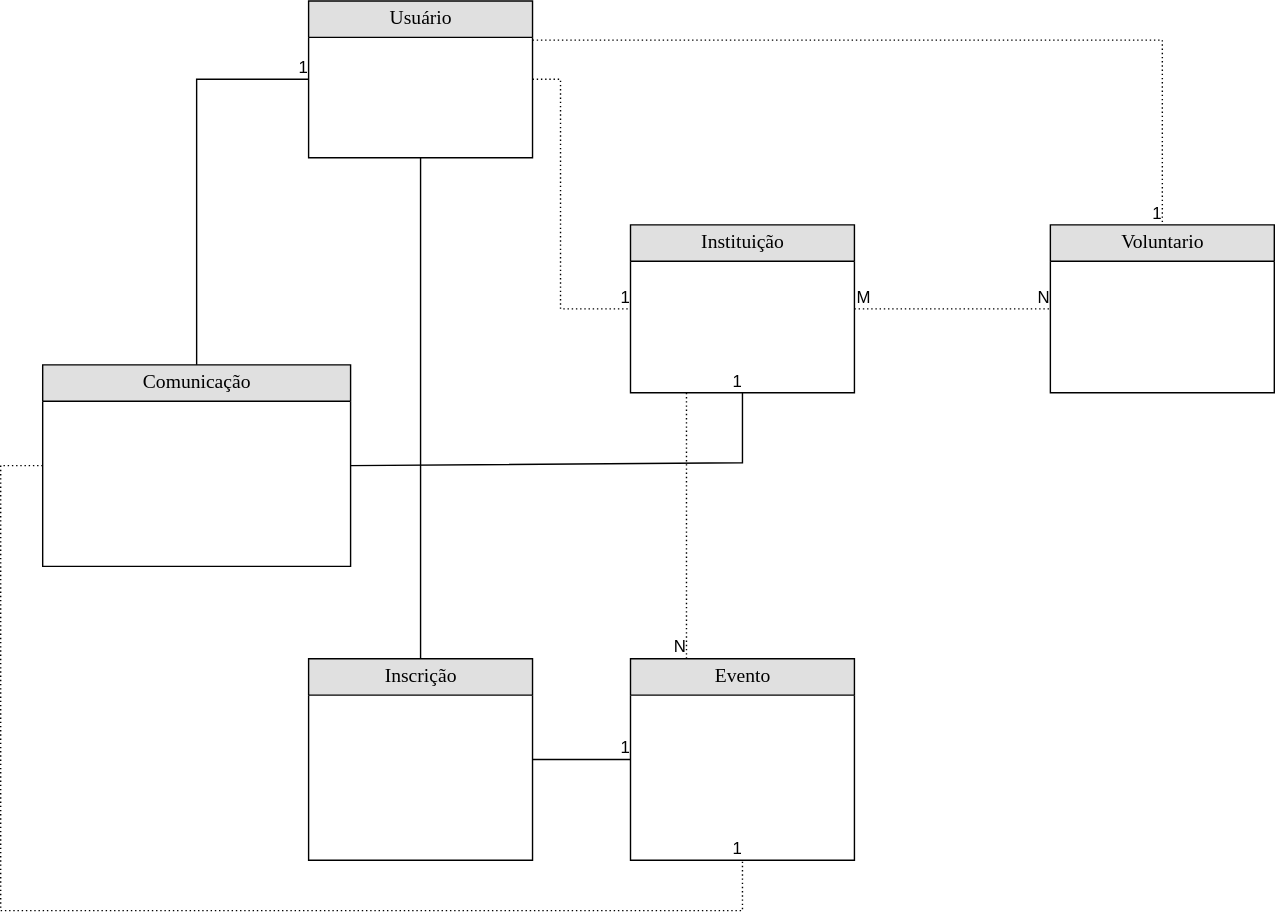
frbatist/VemDoBem.Api keeps this draw.io diagram as Diagramas/MER_base.svg. Above is the earlier version. Source tidied: cells renumbered, new cells last; positions are measured from the earlier drawing's top-left corner, leaving out a move shared by most shapes. Its diagram source:
```xml
<mxGraphModel background="#ffffff">
  <root>
    <mxCell id="0" />
    <mxCell id="1" parent="0" />
    <mxCell id="2" style="endArrow=none;html=1;rounded=0;dashed=1;dashPattern=1 2;exitX=1;exitY=0.5;exitDx=0;exitDy=0;entryX=0;entryY=0.5;entryDx=0;entryDy=0;" parent="1" edge="1" source="8" target="10">
      <mxGeometry relative="1" as="geometry" />
    </mxCell>
    <mxCell id="3" value="M" style="html=1;align=left;verticalAlign=bottom;" parent="2" vertex="1">
      <mxGeometry x="-1" relative="1" as="geometry" />
    </mxCell>
    <mxCell id="4" value="N" style="html=1;align=right;verticalAlign=bottom;" parent="2" vertex="1">
      <mxGeometry x="1" relative="1" as="geometry" />
    </mxCell>
    <mxCell id="5" style="endArrow=none;html=1;rounded=0;dashed=1;dashPattern=1 2;exitX=0.25;exitY=1;exitDx=0;exitDy=0;entryX=0.25;entryY=0;entryDx=0;entryDy=0;" parent="1" edge="1" source="8" target="11">
      <mxGeometry relative="1" as="geometry" />
    </mxCell>
    <mxCell id="6" value="M" style="html=1;align=left;verticalAlign=bottom;" parent="5" vertex="1">
      <mxGeometry x="-1" relative="1" as="geometry" />
    </mxCell>
    <mxCell id="7" value="N" style="html=1;align=right;verticalAlign=bottom;" parent="5" vertex="1">
      <mxGeometry x="1" relative="1" as="geometry" />
    </mxCell>
    <mxCell id="8" value="Instituição" style="swimlane;html=1;fontStyle=0;horizontal=1;startSize=26;fillColor=#e0e0e0;swimlaneFillColor=#ffffff;align=center;rounded=0;shadow=0;comic=0;labelBackgroundColor=none;strokeWidth=1;fontFamily=Verdana;fontSize=14;swimlaneLine=1;" parent="1" vertex="1">
      <mxGeometry x="450" y="160" width="160" height="120" as="geometry" />
    </mxCell>
    <mxCell id="9" style="shape=partialRectangle;top=0;left=0;right=0;bottom=0;html=1;align=left;verticalAlign=top;fillColor=none;spacingLeft=34;spacingRight=4;whiteSpace=wrap;overflow=hidden;" parent="8" vertex="1">
      <mxGeometry y="26" width="160" height="10" as="geometry" />
    </mxCell>
    <mxCell id="10" value="Voluntario" style="swimlane;html=1;fontStyle=0;horizontal=1;startSize=26;fillColor=#e0e0e0;swimlaneFillColor=#ffffff;align=center;rounded=0;shadow=0;comic=0;labelBackgroundColor=none;strokeWidth=1;fontFamily=Verdana;fontSize=14;" parent="1" vertex="1">
      <mxGeometry x="750" y="160" width="160" height="120" as="geometry" />
    </mxCell>
    <mxCell id="11" value="Evento" style="swimlane;html=1;fontStyle=0;horizontal=1;startSize=26;fillColor=#e0e0e0;swimlaneFillColor=#ffffff;align=center;rounded=0;shadow=0;comic=0;labelBackgroundColor=none;strokeWidth=1;fontFamily=Verdana;fontSize=14;" parent="1" vertex="1">
      <mxGeometry x="450" y="470" width="160" height="144" as="geometry" />
    </mxCell>
    <mxCell id="12" value="Inscrição" style="swimlane;html=1;fontStyle=0;horizontal=1;startSize=26;fillColor=#e0e0e0;swimlaneFillColor=#ffffff;align=center;rounded=0;shadow=0;comic=0;labelBackgroundColor=none;strokeWidth=1;fontFamily=Verdana;fontSize=14;" parent="1" vertex="1">
      <mxGeometry x="220" y="470" width="160" height="144" as="geometry" />
    </mxCell>
    <mxCell id="13" style="endArrow=none;html=1;rounded=0;exitX=1;exitY=0.5;exitDx=0;exitDy=0;entryX=0;entryY=0.5;entryDx=0;entryDy=0;" parent="1" edge="1" source="12" target="11">
      <mxGeometry relative="1" as="geometry" />
    </mxCell>
    <mxCell id="14" value="1" style="html=1;align=right;verticalAlign=bottom;" parent="13" vertex="1">
      <mxGeometry x="1" relative="1" as="geometry" />
    </mxCell>
    <mxCell id="15" style="endArrow=none;html=1;rounded=0;exitX=0.5;exitY=0;exitDx=0;exitDy=0;" parent="1" edge="1" source="12">
      <mxGeometry relative="1" as="geometry">
        <mxPoint x="300" y="110" as="targetPoint" />
      </mxGeometry>
    </mxCell>
    <mxCell id="16" value="1" style="html=1;align=right;verticalAlign=bottom;" parent="15" vertex="1">
      <mxGeometry x="1" relative="1" as="geometry" />
    </mxCell>
    <mxCell id="17" style="endArrow=none;html=1;rounded=0;dashed=1;dashPattern=1 2;exitX=0;exitY=0.5;exitDx=0;exitDy=0;entryX=0.5;entryY=1;entryDx=0;entryDy=0;" parent="1" edge="1" source="24" target="11">
      <mxGeometry relative="1" as="geometry">
        <Array as="points">
          <mxPoint y="332" />
          <mxPoint y="650" />
          <mxPoint x="530" y="650" />
        </Array>
      </mxGeometry>
    </mxCell>
    <mxCell id="18" value="1" style="html=1;align=right;verticalAlign=bottom;" parent="17" vertex="1">
      <mxGeometry x="1" relative="1" as="geometry" />
    </mxCell>
    <mxCell id="19" style="endArrow=none;html=1;rounded=0;dashed=1;dashPattern=1 2;exitX=1;exitY=0.5;exitDx=0;exitDy=0;entryX=0;entryY=0.5;entryDx=0;entryDy=0;" parent="1" edge="1" source="23" target="8">
      <mxGeometry relative="1" as="geometry">
        <Array as="points">
          <mxPoint x="400" y="56" />
          <mxPoint x="400" y="220" />
        </Array>
      </mxGeometry>
    </mxCell>
    <mxCell id="20" value="1" style="html=1;align=right;verticalAlign=bottom;" parent="19" vertex="1">
      <mxGeometry x="1" relative="1" as="geometry" />
    </mxCell>
    <mxCell id="21" style="endArrow=none;html=1;rounded=0;dashed=1;dashPattern=1 2;exitX=1;exitY=0.25;exitDx=0;exitDy=0;entryX=0.5;entryY=0;entryDx=0;entryDy=0;" parent="1" edge="1" source="23" target="10">
      <mxGeometry relative="1" as="geometry">
        <Array as="points">
          <mxPoint x="830" y="28" />
        </Array>
      </mxGeometry>
    </mxCell>
    <mxCell id="22" value="1" style="html=1;align=right;verticalAlign=bottom;" parent="21" vertex="1">
      <mxGeometry x="1" relative="1" as="geometry" />
    </mxCell>
    <mxCell id="23" value="&lt;div&gt;Usuário&lt;/div&gt;" style="swimlane;html=1;fontStyle=0;horizontal=1;startSize=26;fillColor=#e0e0e0;swimlaneFillColor=#ffffff;align=center;rounded=0;shadow=0;comic=0;labelBackgroundColor=none;strokeWidth=1;fontFamily=Verdana;fontSize=14;" parent="1" vertex="1">
      <mxGeometry x="220" width="160" height="112" as="geometry" />
    </mxCell>
    <mxCell id="24" value="&lt;div&gt;Comunicação&lt;/div&gt;" style="swimlane;html=1;fontStyle=0;horizontal=1;startSize=26;fillColor=#e0e0e0;swimlaneFillColor=#ffffff;align=center;rounded=0;shadow=0;comic=0;labelBackgroundColor=none;strokeWidth=1;fontFamily=Verdana;fontSize=14;" parent="1" vertex="1">
      <mxGeometry x="30" y="260" width="220" height="144" as="geometry" />
    </mxCell>
    <mxCell id="25" style="endArrow=none;html=1;rounded=0;exitX=1;exitY=0.5;exitDx=0;exitDy=0;entryX=0.5;entryY=1;entryDx=0;entryDy=0;" parent="1" edge="1" source="24" target="8">
      <mxGeometry relative="1" as="geometry">
        <Array as="points">
          <mxPoint x="530" y="330" />
        </Array>
      </mxGeometry>
    </mxCell>
    <mxCell id="26" value="1" style="html=1;align=right;verticalAlign=bottom;" parent="25" vertex="1">
      <mxGeometry x="1" relative="1" as="geometry" />
    </mxCell>
    <mxCell id="27" style="endArrow=none;html=1;rounded=0;exitX=0.5;exitY=0;exitDx=0;exitDy=0;entryX=0;entryY=0.5;entryDx=0;entryDy=0;" parent="1" edge="1" source="24" target="23">
      <mxGeometry relative="1" as="geometry">
        <Array as="points">
          <mxPoint x="140" y="56" />
        </Array>
      </mxGeometry>
    </mxCell>
    <mxCell id="28" value="1" style="html=1;align=right;verticalAlign=bottom;" parent="27" vertex="1">
      <mxGeometry x="1" relative="1" as="geometry" />
    </mxCell>
  </root>
</mxGraphModel>
```
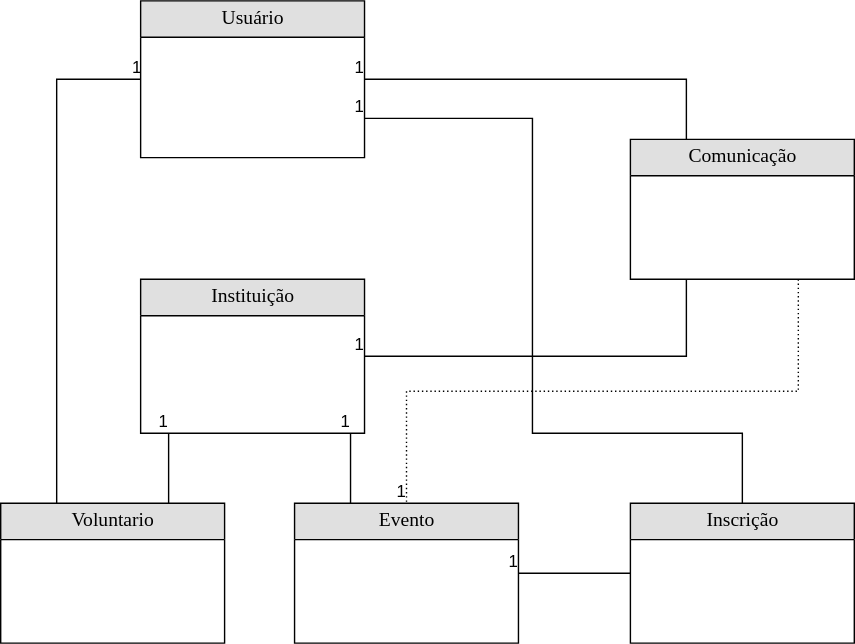
Later version of the same file.

What changed in the source:
```diff
@@ -2,111 +2,101 @@
   <root>
     <mxCell id="0" />
     <mxCell id="1" parent="0" />
-    <mxCell id="2" style="endArrow=none;html=1;rounded=0;dashed=1;dashPattern=1 2;exitX=1;exitY=0.5;exitDx=0;exitDy=0;entryX=0;entryY=0.5;entryDx=0;entryDy=0;" parent="1" edge="1" source="8" target="10">
-      <mxGeometry relative="1" as="geometry" />
-    </mxCell>
-    <mxCell id="3" value="M" style="html=1;align=left;verticalAlign=bottom;" parent="2" vertex="1">
-      <mxGeometry x="-1" relative="1" as="geometry" />
-    </mxCell>
-    <mxCell id="4" value="N" style="html=1;align=right;verticalAlign=bottom;" parent="2" vertex="1">
-      <mxGeometry x="1" relative="1" as="geometry" />
-    </mxCell>
-    <mxCell id="5" style="endArrow=none;html=1;rounded=0;dashed=1;dashPattern=1 2;exitX=0.25;exitY=1;exitDx=0;exitDy=0;entryX=0.25;entryY=0;entryDx=0;entryDy=0;" parent="1" edge="1" source="8" target="11">
-      <mxGeometry relative="1" as="geometry" />
-    </mxCell>
-    <mxCell id="6" value="M" style="html=1;align=left;verticalAlign=bottom;" parent="5" vertex="1">
-      <mxGeometry x="-1" relative="1" as="geometry" />
-    </mxCell>
-    <mxCell id="7" value="N" style="html=1;align=right;verticalAlign=bottom;" parent="5" vertex="1">
-      <mxGeometry x="1" relative="1" as="geometry" />
-    </mxCell>
+    <mxCell id="23" value="&lt;div&gt;Usuário&lt;/div&gt;" style="swimlane;html=1;fontStyle=0;horizontal=1;startSize=26;fillColor=#e0e0e0;swimlaneFillColor=#ffffff;align=center;rounded=0;shadow=0;comic=0;labelBackgroundColor=none;strokeWidth=1;fontFamily=Verdana;fontSize=14;" parent="1" vertex="1">
+      <mxGeometry x="80" y="-29" width="160" height="112" as="geometry" />
+    </mxCell>
     <mxCell id="8" value="Instituição" style="swimlane;html=1;fontStyle=0;horizontal=1;startSize=26;fillColor=#e0e0e0;swimlaneFillColor=#ffffff;align=center;rounded=0;shadow=0;comic=0;labelBackgroundColor=none;strokeWidth=1;fontFamily=Verdana;fontSize=14;swimlaneLine=1;" parent="1" vertex="1">
-      <mxGeometry x="450" y="160" width="160" height="120" as="geometry" />
+      <mxGeometry x="80" y="170" width="160" height="110" as="geometry" />
     </mxCell>
     <mxCell id="9" style="shape=partialRectangle;top=0;left=0;right=0;bottom=0;html=1;align=left;verticalAlign=top;fillColor=none;spacingLeft=34;spacingRight=4;whiteSpace=wrap;overflow=hidden;" parent="8" vertex="1">
       <mxGeometry y="26" width="160" height="10" as="geometry" />
     </mxCell>
     <mxCell id="10" value="Voluntario" style="swimlane;html=1;fontStyle=0;horizontal=1;startSize=26;fillColor=#e0e0e0;swimlaneFillColor=#ffffff;align=center;rounded=0;shadow=0;comic=0;labelBackgroundColor=none;strokeWidth=1;fontFamily=Verdana;fontSize=14;" parent="1" vertex="1">
-      <mxGeometry x="750" y="160" width="160" height="120" as="geometry" />
+      <mxGeometry x="-20" y="330" width="160" height="100" as="geometry" />
     </mxCell>
     <mxCell id="11" value="Evento" style="swimlane;html=1;fontStyle=0;horizontal=1;startSize=26;fillColor=#e0e0e0;swimlaneFillColor=#ffffff;align=center;rounded=0;shadow=0;comic=0;labelBackgroundColor=none;strokeWidth=1;fontFamily=Verdana;fontSize=14;" parent="1" vertex="1">
-      <mxGeometry x="450" y="470" width="160" height="144" as="geometry" />
+      <mxGeometry x="190" y="330" width="160" height="100" as="geometry" />
     </mxCell>
+    <mxCell id="29" style="endArrow=none;html=1;rounded=0;exitX=0.25;exitY=0;exitDx=0;exitDy=0;entryX=0;entryY=0.5;entryDx=0;entryDy=0;" parent="1" edge="1" source="10" target="23">
+      <mxGeometry relative="1" as="geometry">
+        <Array as="points">
+          <mxPoint x="20" y="27" />
+        </Array>
+      </mxGeometry>
+    </mxCell>
+    <mxCell id="30" value="1" style="html=1;align=right;verticalAlign=bottom;" parent="29" vertex="1">
+      <mxGeometry x="1" relative="1" as="geometry" />
+    </mxCell>
+    <mxCell id="31" style="endArrow=none;html=1;rounded=0;exitX=0.75;exitY=0;exitDx=0;exitDy=0;" parent="1" edge="1" source="10">
+      <mxGeometry relative="1" as="geometry">
+        <mxPoint x="100" y="280" as="targetPoint" />
+      </mxGeometry>
+    </mxCell>
+    <mxCell id="32" value="1" style="html=1;align=right;verticalAlign=bottom;" parent="31" vertex="1">
+      <mxGeometry x="1" relative="1" as="geometry" />
+    </mxCell>
+    <mxCell id="33" style="endArrow=none;html=1;rounded=0;exitX=0.25;exitY=0;exitDx=0;exitDy=0;" parent="1" edge="1" source="11">
+      <mxGeometry relative="1" as="geometry">
+        <mxPoint x="230" y="280" as="targetPoint" />
+      </mxGeometry>
+    </mxCell>
+    <mxCell id="34" value="1" style="html=1;align=right;verticalAlign=bottom;" parent="33" vertex="1">
+      <mxGeometry x="1" relative="1" as="geometry" />
+    </mxCell>
     <mxCell id="12" value="Inscrição" style="swimlane;html=1;fontStyle=0;horizontal=1;startSize=26;fillColor=#e0e0e0;swimlaneFillColor=#ffffff;align=center;rounded=0;shadow=0;comic=0;labelBackgroundColor=none;strokeWidth=1;fontFamily=Verdana;fontSize=14;" parent="1" vertex="1">
-      <mxGeometry x="220" y="470" width="160" height="144" as="geometry" />
+      <mxGeometry x="430" y="330" width="160" height="100" as="geometry" />
     </mxCell>
-    <mxCell id="13" style="endArrow=none;html=1;rounded=0;exitX=1;exitY=0.5;exitDx=0;exitDy=0;entryX=0;entryY=0.5;entryDx=0;entryDy=0;" parent="1" edge="1" source="12" target="11">
+    <mxCell id="13" style="endArrow=none;html=1;rounded=0;exitX=0;exitY=0.5;exitDx=0;exitDy=0;entryX=1;entryY=0.5;entryDx=0;entryDy=0;" parent="1" edge="1" source="12" target="11">
       <mxGeometry relative="1" as="geometry" />
     </mxCell>
-    <mxCell id="14" value="1" style="html=1;align=right;verticalAlign=bottom;" parent="13" vertex="1">
-      <mxGeometry x="1" relative="1" as="geometry" />
-    </mxCell>
-    <mxCell id="15" style="endArrow=none;html=1;rounded=0;exitX=0.5;exitY=0;exitDx=0;exitDy=0;" parent="1" edge="1" source="12">
-      <mxGeometry relative="1" as="geometry">
-        <mxPoint x="300" y="110" as="targetPoint" />
-      </mxGeometry>
-    </mxCell>
-    <mxCell id="16" value="1" style="html=1;align=right;verticalAlign=bottom;" parent="15" vertex="1">
-      <mxGeometry x="1" relative="1" as="geometry" />
-    </mxCell>
+    <mxCell id="35" value="1" style="html=1;align=right;verticalAlign=bottom;" parent="13" vertex="1">
+      <mxGeometry x="1" relative="1" as="geometry" />
+    </mxCell>
+    <mxCell id="24" value="&lt;div&gt;Comunicação&lt;/div&gt;" style="swimlane;html=1;fontStyle=0;horizontal=1;startSize=26;fillColor=#e0e0e0;swimlaneFillColor=#ffffff;align=center;rounded=0;shadow=0;comic=0;labelBackgroundColor=none;strokeWidth=1;fontFamily=Verdana;fontSize=14;" parent="1" vertex="1">
+      <mxGeometry x="430" y="70" width="160" height="100" as="geometry" />
+    </mxCell>
+    <mxCell id="27" style="endArrow=none;html=1;rounded=0;exitX=0.25;exitY=0;exitDx=0;exitDy=0;entryX=1;entryY=0.5;entryDx=0;entryDy=0;" parent="1" edge="1" source="24" target="23">
+      <mxGeometry relative="1" as="geometry">
+        <Array as="points">
+          <mxPoint x="470" y="27" />
+        </Array>
+      </mxGeometry>
+    </mxCell>
+    <mxCell id="36" value="1" style="html=1;align=right;verticalAlign=bottom;" parent="27" vertex="1">
+      <mxGeometry x="1" relative="1" as="geometry" />
+    </mxCell>
+    <mxCell id="37" style="endArrow=none;html=1;rounded=0;exitX=0.5;exitY=0;exitDx=0;exitDy=0;entryX=1;entryY=0.75;entryDx=0;entryDy=0;" parent="1" edge="1" source="12" target="23">
+      <mxGeometry relative="1" as="geometry">
+        <Array as="points">
+          <mxPoint x="510" y="280" />
+          <mxPoint x="360" y="280" />
+          <mxPoint x="360" y="55" />
+        </Array>
+      </mxGeometry>
+    </mxCell>
+    <mxCell id="38" value="1" style="html=1;align=right;verticalAlign=bottom;" parent="37" vertex="1">
+      <mxGeometry x="1" relative="1" as="geometry" />
+    </mxCell>
+    <mxCell id="25" style="endArrow=none;html=1;rounded=0;exitX=0.25;exitY=1;exitDx=0;exitDy=0;entryX=1;entryY=0.5;entryDx=0;entryDy=0;" parent="1" edge="1" source="24" target="8">
+      <mxGeometry relative="1" as="geometry">
+        <Array as="points">
+          <mxPoint x="470" y="225" />
+        </Array>
+      </mxGeometry>
+    </mxCell>
+    <mxCell id="39" value="1" style="html=1;align=right;verticalAlign=bottom;" parent="25" vertex="1">
+      <mxGeometry x="1" relative="1" as="geometry" />
+    </mxCell>
-    <mxCell id="17" style="endArrow=none;html=1;rounded=0;dashed=1;dashPattern=1 2;exitX=0;exitY=0.5;exitDx=0;exitDy=0;entryX=0.5;entryY=1;entryDx=0;entryDy=0;" parent="1" edge="1" source="24" target="11">
+    <mxCell id="17" style="endArrow=none;html=1;rounded=0;dashed=1;dashPattern=1 2;exitX=0.75;exitY=1;exitDx=0;exitDy=0;entryX=0.5;entryY=0;entryDx=0;entryDy=0;" parent="1" edge="1" source="24" target="11">
       <mxGeometry relative="1" as="geometry">
         <Array as="points">
-          <mxPoint y="332" />
-          <mxPoint y="650" />
-          <mxPoint x="530" y="650" />
+          <mxPoint x="550" y="250" />
+          <mxPoint x="270" y="250" />
         </Array>
       </mxGeometry>
     </mxCell>
-    <mxCell id="18" value="1" style="html=1;align=right;verticalAlign=bottom;" parent="17" vertex="1">
-      <mxGeometry x="1" relative="1" as="geometry" />
-    </mxCell>
-    <mxCell id="19" style="endArrow=none;html=1;rounded=0;dashed=1;dashPattern=1 2;exitX=1;exitY=0.5;exitDx=0;exitDy=0;entryX=0;entryY=0.5;entryDx=0;entryDy=0;" parent="1" edge="1" source="23" target="8">
-      <mxGeometry relative="1" as="geometry">
-        <Array as="points">
-          <mxPoint x="400" y="56" />
-          <mxPoint x="400" y="220" />
-        </Array>
-      </mxGeometry>
-    </mxCell>
-    <mxCell id="20" value="1" style="html=1;align=right;verticalAlign=bottom;" parent="19" vertex="1">
-      <mxGeometry x="1" relative="1" as="geometry" />
-    </mxCell>
-    <mxCell id="21" style="endArrow=none;html=1;rounded=0;dashed=1;dashPattern=1 2;exitX=1;exitY=0.25;exitDx=0;exitDy=0;entryX=0.5;entryY=0;entryDx=0;entryDy=0;" parent="1" edge="1" source="23" target="10">
-      <mxGeometry relative="1" as="geometry">
-        <Array as="points">
-          <mxPoint x="830" y="28" />
-        </Array>
-      </mxGeometry>
-    </mxCell>
-    <mxCell id="22" value="1" style="html=1;align=right;verticalAlign=bottom;" parent="21" vertex="1">
-      <mxGeometry x="1" relative="1" as="geometry" />
-    </mxCell>
-    <mxCell id="23" value="&lt;div&gt;Usuário&lt;/div&gt;" style="swimlane;html=1;fontStyle=0;horizontal=1;startSize=26;fillColor=#e0e0e0;swimlaneFillColor=#ffffff;align=center;rounded=0;shadow=0;comic=0;labelBackgroundColor=none;strokeWidth=1;fontFamily=Verdana;fontSize=14;" parent="1" vertex="1">
-      <mxGeometry x="220" width="160" height="112" as="geometry" />
-    </mxCell>
-    <mxCell id="24" value="&lt;div&gt;Comunicação&lt;/div&gt;" style="swimlane;html=1;fontStyle=0;horizontal=1;startSize=26;fillColor=#e0e0e0;swimlaneFillColor=#ffffff;align=center;rounded=0;shadow=0;comic=0;labelBackgroundColor=none;strokeWidth=1;fontFamily=Verdana;fontSize=14;" parent="1" vertex="1">
-      <mxGeometry x="30" y="260" width="220" height="144" as="geometry" />
-    </mxCell>
-    <mxCell id="25" style="endArrow=none;html=1;rounded=0;exitX=1;exitY=0.5;exitDx=0;exitDy=0;entryX=0.5;entryY=1;entryDx=0;entryDy=0;" parent="1" edge="1" source="24" target="8">
-      <mxGeometry relative="1" as="geometry">
-        <Array as="points">
-          <mxPoint x="530" y="330" />
-        </Array>
-      </mxGeometry>
-    </mxCell>
-    <mxCell id="26" value="1" style="html=1;align=right;verticalAlign=bottom;" parent="25" vertex="1">
-      <mxGeometry x="1" relative="1" as="geometry" />
-    </mxCell>
-    <mxCell id="27" style="endArrow=none;html=1;rounded=0;exitX=0.5;exitY=0;exitDx=0;exitDy=0;entryX=0;entryY=0.5;entryDx=0;entryDy=0;" parent="1" edge="1" source="24" target="23">
-      <mxGeometry relative="1" as="geometry">
-        <Array as="points">
-          <mxPoint x="140" y="56" />
-        </Array>
-      </mxGeometry>
-    </mxCell>
-    <mxCell id="28" value="1" style="html=1;align=right;verticalAlign=bottom;" parent="27" vertex="1">
-      <mxGeometry x="1" relative="1" as="geometry" />
-    </mxCell>
+    <mxCell id="40" value="1" style="html=1;align=right;verticalAlign=bottom;" parent="17" vertex="1">
+      <mxGeometry x="1" relative="1" as="geometry" />
+    </mxCell>
   </root>
 </mxGraphModel>
```
